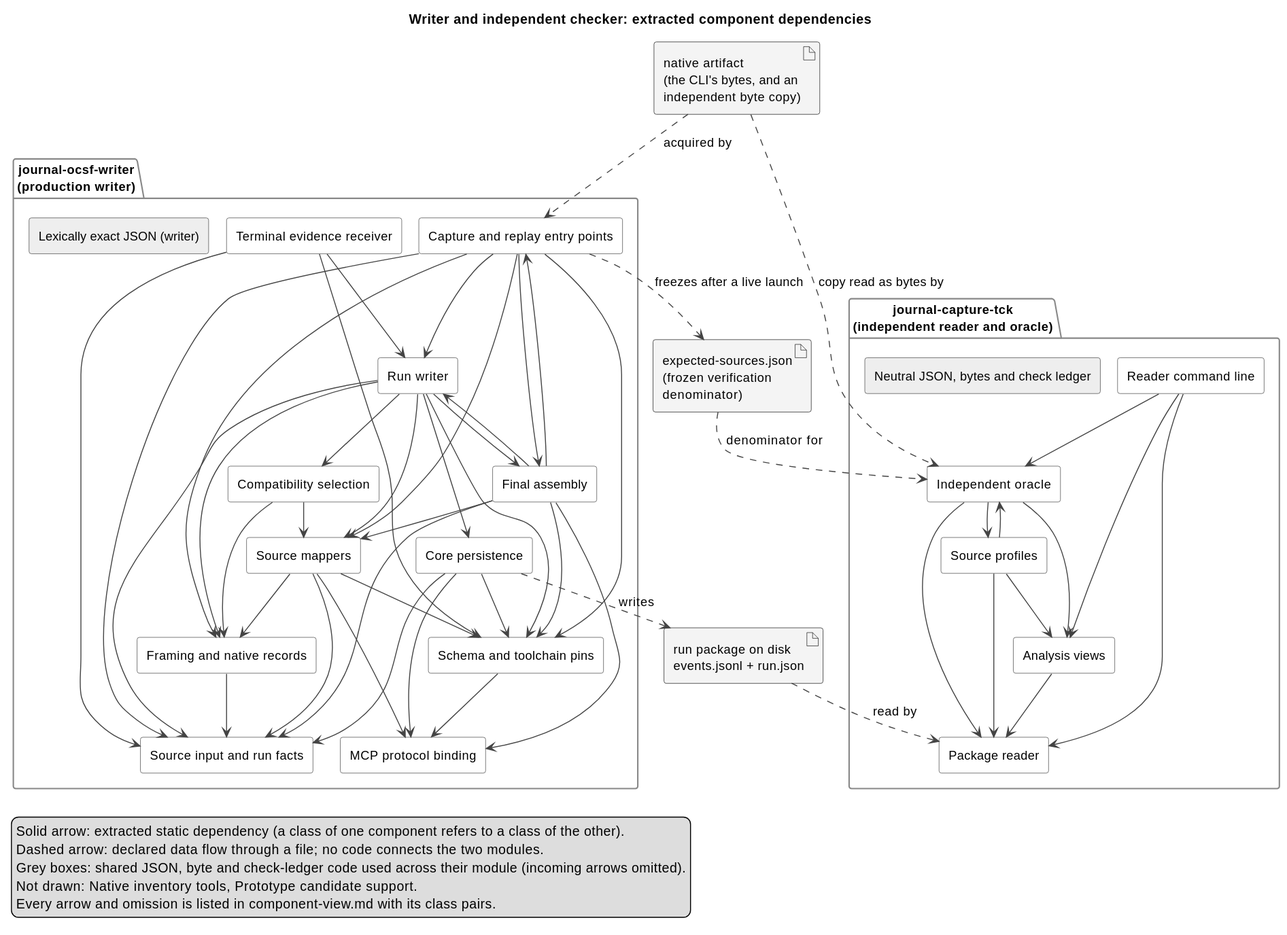
Earlier version of the PlantUML export docs/architecture/generated/component-view.svg (markpollack/agent-journal).
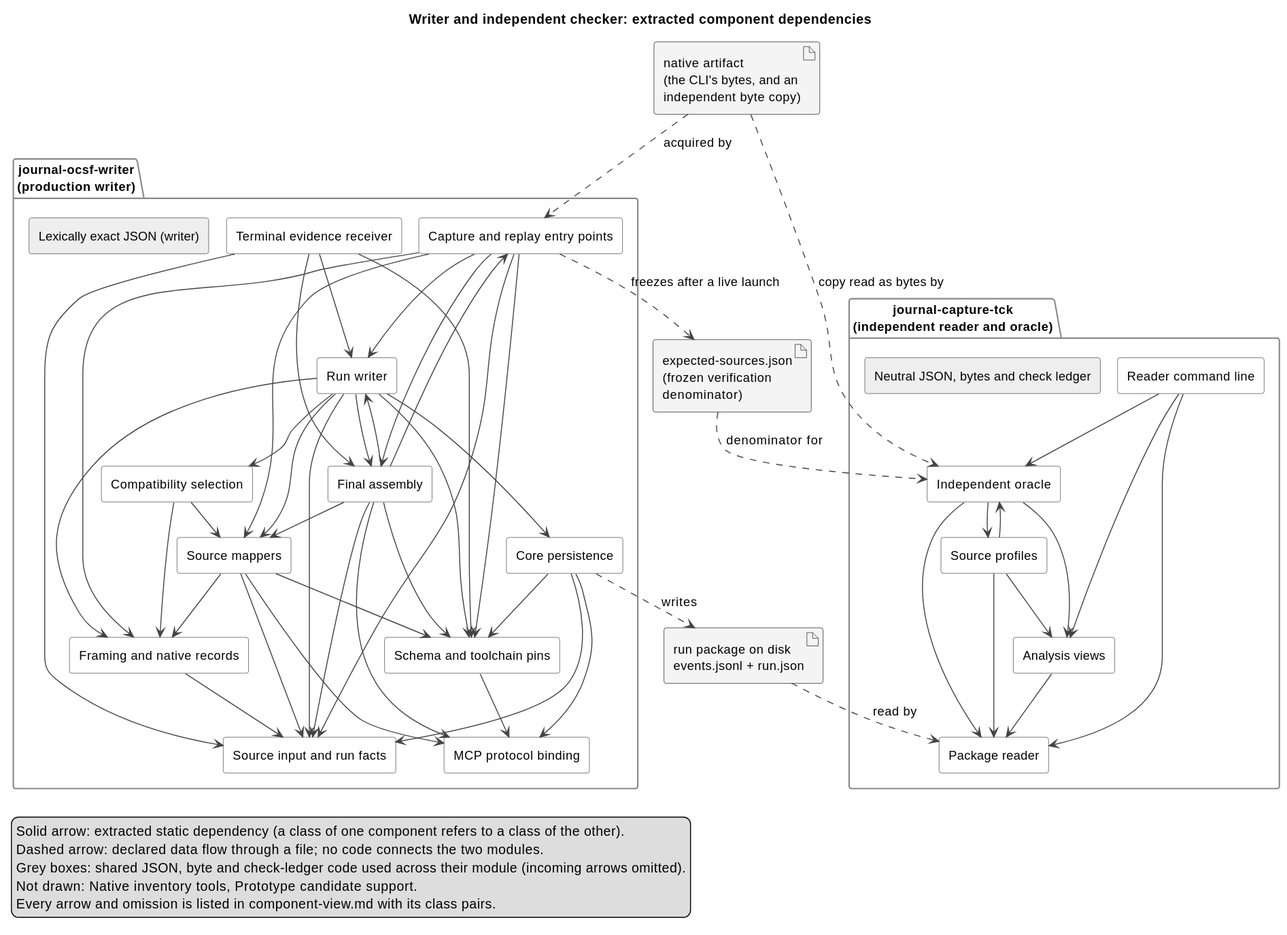
After the change.

The edit, as a diff of the source:
```diff
@@ -45,6 +45,7 @@
 capture --> schema
 terminal_receiver --> run_writer
 terminal_receiver --> run_input
+terminal_receiver --> final_assembly
 terminal_receiver --> schema
 run_writer --> run_input
 run_writer --> framing
```
